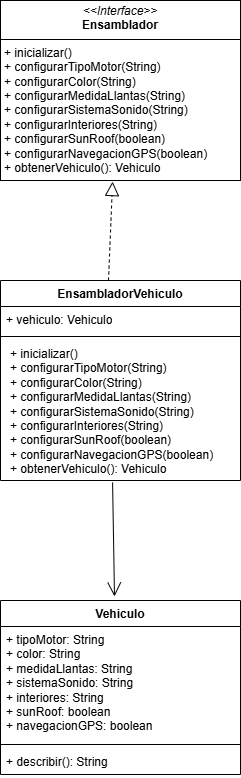
The draw.io diagram uml/Escenario1-Builder.png in Juan-MZ/Actividad1-Diplomado-Arquitectura-Software, before a commit. Source tidied: cells renumbered, new cells last; positions are measured from the earlier drawing's top-left corner, leaving out a move shared by most shapes. Its diagram source:
```xml
<mxGraphModel>
  <root>
    <mxCell id="0" />
    <mxCell id="1" parent="0" />
    <mxCell id="2" value="&lt;p style=&quot;margin:0px;margin-top:4px;text-align:center;&quot;&gt;&lt;i&gt;&amp;lt;&amp;lt;Interface&amp;gt;&amp;gt;&lt;/i&gt;&lt;br&gt;&lt;b&gt;Ensamblador&lt;/b&gt;&lt;/p&gt;&lt;hr size=&quot;1&quot; style=&quot;border-style:solid;&quot;&gt;&lt;p style=&quot;margin:0px;margin-left:4px;&quot;&gt;&lt;/p&gt;&lt;p style=&quot;margin:0px;margin-left:4px;&quot;&gt;+ inicializar()&lt;br&gt;+ configurarTipoMotor(String)&lt;/p&gt;&lt;p style=&quot;margin:0px;margin-left:4px;&quot;&gt;+ configurarColor(String)&lt;/p&gt;&lt;p style=&quot;margin:0px;margin-left:4px;&quot;&gt;+ configurarMedidaLlantas(String)&lt;/p&gt;&lt;p style=&quot;margin:0px;margin-left:4px;&quot;&gt;+ configurarSistemaSonido(String)&lt;/p&gt;&lt;p style=&quot;margin:0px;margin-left:4px;&quot;&gt;+ configurarInteriores(String)&lt;/p&gt;&lt;p style=&quot;margin:0px;margin-left:4px;&quot;&gt;+ configurarSunRoof(boolean)&lt;/p&gt;&lt;p style=&quot;margin:0px;margin-left:4px;&quot;&gt;+ configurarNavegacionGPS(boolean)&lt;/p&gt;&lt;p style=&quot;margin:0px;margin-left:4px;&quot;&gt;+ obtenerVehiculo():&amp;nbsp;&lt;span style=&quot;background-color: transparent; color: light-dark(rgb(0, 0, 0), rgb(255, 255, 255));&quot;&gt;Vehiculo&lt;/span&gt;&lt;/p&gt;" style="verticalAlign=top;align=left;overflow=fill;html=1;whiteSpace=wrap;" parent="1" vertex="1">
      <mxGeometry width="240" height="180" as="geometry" />
    </mxCell>
    <mxCell id="3" value="EnsambladorVehiculo" style="swimlane;fontStyle=1;align=center;verticalAlign=top;horizontal=1;startSize=26;whiteSpace=wrap;html=1;" parent="1" vertex="1">
      <mxGeometry y="280" width="240" height="200" as="geometry" />
    </mxCell>
    <mxCell id="4" value="+ vehiculo: Vehiculo" style="text;strokeColor=none;fillColor=none;align=left;verticalAlign=top;spacingLeft=4;spacingRight=4;overflow=hidden;whiteSpace=wrap;html=1;" parent="3" vertex="1">
      <mxGeometry y="26" width="240" height="26" as="geometry" />
    </mxCell>
    <mxCell id="5" style="line;strokeWidth=1;fillColor=none;align=left;verticalAlign=middle;spacingTop=-1;spacingLeft=3;spacingRight=3;labelPosition=right;strokeColor=inherit;" parent="3" vertex="1">
      <mxGeometry y="52" width="240" height="8" as="geometry" />
    </mxCell>
    <mxCell id="6" value="&lt;p style=&quot;margin: 0px 0px 0px 4px;&quot;&gt;+ inicializar()&lt;br&gt;+ configurarTipoMotor(String)&lt;/p&gt;&lt;p style=&quot;margin: 0px 0px 0px 4px;&quot;&gt;+ configurarColor(String)&lt;/p&gt;&lt;p style=&quot;margin: 0px 0px 0px 4px;&quot;&gt;+ configurarMedidaLlantas(String)&lt;/p&gt;&lt;p style=&quot;margin: 0px 0px 0px 4px;&quot;&gt;+ configurarSistemaSonido(String)&lt;/p&gt;&lt;p style=&quot;margin: 0px 0px 0px 4px;&quot;&gt;+ configurarInteriores(String)&lt;/p&gt;&lt;p style=&quot;margin: 0px 0px 0px 4px;&quot;&gt;+ configurarSunRoof(boolean)&lt;/p&gt;&lt;p style=&quot;margin: 0px 0px 0px 4px;&quot;&gt;+ configurarNavegacionGPS(boolean)&lt;/p&gt;&lt;p style=&quot;margin: 0px 0px 0px 4px;&quot;&gt;+ obtenerVehiculo():&amp;nbsp;&lt;span style=&quot;background-color: transparent; color: light-dark(rgb(0, 0, 0), rgb(255, 255, 255));&quot;&gt;Vehiculo&lt;/span&gt;&lt;/p&gt;" style="text;strokeColor=none;fillColor=none;align=left;verticalAlign=top;spacingLeft=4;spacingRight=4;overflow=hidden;points=[[0,0.5],[1,0.5]];portConstraint=eastwest;whiteSpace=wrap;html=1;" parent="3" vertex="1">
      <mxGeometry y="60" width="240" height="140" as="geometry" />
    </mxCell>
    <mxCell id="7" value="Vehiculo" style="swimlane;fontStyle=1;align=center;verticalAlign=top;horizontal=1;startSize=26;whiteSpace=wrap;html=1;" parent="1" vertex="1">
      <mxGeometry y="600" width="240" height="174" as="geometry" />
    </mxCell>
    <mxCell id="8" value="+ tipoMotor: String&lt;div&gt;+ color: String&lt;/div&gt;&lt;div&gt;+ medidaLlantas: String&lt;/div&gt;&lt;div&gt;+ sistemaSonido: String&lt;/div&gt;&lt;div&gt;+ interiores: String&lt;/div&gt;&lt;div&gt;+ sunRoof: boolean&lt;/div&gt;&lt;div&gt;+ navegacionGPS: boolean&lt;/div&gt;" style="text;strokeColor=none;fillColor=none;align=left;verticalAlign=top;spacingLeft=4;spacingRight=4;overflow=hidden;whiteSpace=wrap;html=1;" parent="7" vertex="1">
      <mxGeometry y="26" width="240" height="114" as="geometry" />
    </mxCell>
    <mxCell id="9" style="line;strokeWidth=1;fillColor=none;align=left;verticalAlign=middle;spacingTop=-1;spacingLeft=3;spacingRight=3;labelPosition=right;strokeColor=inherit;" parent="7" vertex="1">
      <mxGeometry y="140" width="240" height="8" as="geometry" />
    </mxCell>
    <mxCell id="10" value="+ describir(): String" style="text;strokeColor=none;fillColor=none;align=left;verticalAlign=top;spacingLeft=4;spacingRight=4;overflow=hidden;whiteSpace=wrap;html=1;" parent="7" vertex="1">
      <mxGeometry y="148" width="240" height="26" as="geometry" />
    </mxCell>
    <mxCell id="11" style="endArrow=block;dashed=1;endFill=0;endSize=12;html=1;rounded=0;entryX=0.467;entryY=1.006;entryDx=0;entryDy=0;entryPerimeter=0;exitX=0.45;exitY=0;exitDx=0;exitDy=0;exitPerimeter=0;" parent="1" edge="1" source="3" target="2">
      <mxGeometry relative="1" as="geometry" />
    </mxCell>
    <mxCell id="12" style="endArrow=open;endFill=1;endSize=12;html=1;rounded=0;exitX=0.467;exitY=1.014;exitDx=0;exitDy=0;exitPerimeter=0;entryX=0.475;entryY=-0.023;entryDx=0;entryDy=0;entryPerimeter=0;" parent="1" edge="1" source="6" target="7">
      <mxGeometry relative="1" as="geometry" />
    </mxCell>
  </root>
</mxGraphModel>
```
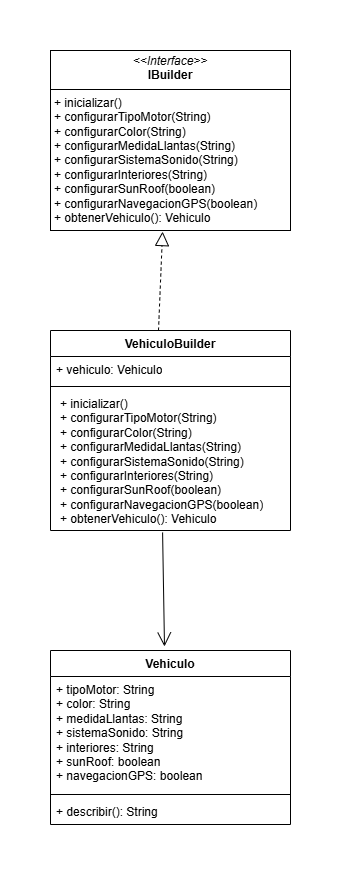
After the change.

Diff of the diagram source:
```diff
@@ -2,10 +2,10 @@
   <root>
     <mxCell id="0" />
     <mxCell id="1" parent="0" />
-    <mxCell id="2" value="&lt;p style=&quot;margin:0px;margin-top:4px;text-align:center;&quot;&gt;&lt;i&gt;&amp;lt;&amp;lt;Interface&amp;gt;&amp;gt;&lt;/i&gt;&lt;br&gt;&lt;b&gt;Ensamblador&lt;/b&gt;&lt;/p&gt;&lt;hr size=&quot;1&quot; style=&quot;border-style:solid;&quot;&gt;&lt;p style=&quot;margin:0px;margin-left:4px;&quot;&gt;&lt;/p&gt;&lt;p style=&quot;margin:0px;margin-left:4px;&quot;&gt;+ inicializar()&lt;br&gt;+ configurarTipoMotor(String)&lt;/p&gt;&lt;p style=&quot;margin:0px;margin-left:4px;&quot;&gt;+ configurarColor(String)&lt;/p&gt;&lt;p style=&quot;margin:0px;margin-left:4px;&quot;&gt;+ configurarMedidaLlantas(String)&lt;/p&gt;&lt;p style=&quot;margin:0px;margin-left:4px;&quot;&gt;+ configurarSistemaSonido(String)&lt;/p&gt;&lt;p style=&quot;margin:0px;margin-left:4px;&quot;&gt;+ configurarInteriores(String)&lt;/p&gt;&lt;p style=&quot;margin:0px;margin-left:4px;&quot;&gt;+ configurarSunRoof(boolean)&lt;/p&gt;&lt;p style=&quot;margin:0px;margin-left:4px;&quot;&gt;+ configurarNavegacionGPS(boolean)&lt;/p&gt;&lt;p style=&quot;margin:0px;margin-left:4px;&quot;&gt;+ obtenerVehiculo():&amp;nbsp;&lt;span style=&quot;background-color: transparent; color: light-dark(rgb(0, 0, 0), rgb(255, 255, 255));&quot;&gt;Vehiculo&lt;/span&gt;&lt;/p&gt;" style="verticalAlign=top;align=left;overflow=fill;html=1;whiteSpace=wrap;" parent="1" vertex="1">
+    <mxCell id="2" value="&lt;p style=&quot;margin:0px;margin-top:4px;text-align:center;&quot;&gt;&lt;i&gt;&amp;lt;&amp;lt;Interface&amp;gt;&amp;gt;&lt;/i&gt;&lt;br&gt;&lt;b&gt;IBuilder&lt;/b&gt;&lt;/p&gt;&lt;hr size=&quot;1&quot; style=&quot;border-style:solid;&quot;&gt;&lt;p style=&quot;margin:0px;margin-left:4px;&quot;&gt;&lt;/p&gt;&lt;p style=&quot;margin:0px;margin-left:4px;&quot;&gt;+ inicializar()&lt;br&gt;+ configurarTipoMotor(String)&lt;/p&gt;&lt;p style=&quot;margin:0px;margin-left:4px;&quot;&gt;+ configurarColor(String)&lt;/p&gt;&lt;p style=&quot;margin:0px;margin-left:4px;&quot;&gt;+ configurarMedidaLlantas(String)&lt;/p&gt;&lt;p style=&quot;margin:0px;margin-left:4px;&quot;&gt;+ configurarSistemaSonido(String)&lt;/p&gt;&lt;p style=&quot;margin:0px;margin-left:4px;&quot;&gt;+ configurarInteriores(String)&lt;/p&gt;&lt;p style=&quot;margin:0px;margin-left:4px;&quot;&gt;+ configurarSunRoof(boolean)&lt;/p&gt;&lt;p style=&quot;margin:0px;margin-left:4px;&quot;&gt;+ configurarNavegacionGPS(boolean)&lt;/p&gt;&lt;p style=&quot;margin:0px;margin-left:4px;&quot;&gt;+ obtenerVehiculo():&amp;nbsp;&lt;span style=&quot;background-color: transparent; color: light-dark(rgb(0, 0, 0), rgb(255, 255, 255));&quot;&gt;Vehiculo&lt;/span&gt;&lt;/p&gt;" style="verticalAlign=top;align=left;overflow=fill;html=1;whiteSpace=wrap;" parent="1" vertex="1">
       <mxGeometry width="240" height="180" as="geometry" />
     </mxCell>
-    <mxCell id="3" value="EnsambladorVehiculo" style="swimlane;fontStyle=1;align=center;verticalAlign=top;horizontal=1;startSize=26;whiteSpace=wrap;html=1;" parent="1" vertex="1">
+    <mxCell id="3" value="VehiculoBuilder" style="swimlane;fontStyle=1;align=center;verticalAlign=top;horizontal=1;startSize=26;whiteSpace=wrap;html=1;" parent="1" vertex="1">
       <mxGeometry y="280" width="240" height="200" as="geometry" />
     </mxCell>
     <mxCell id="4" value="+ vehiculo: Vehiculo" style="text;strokeColor=none;fillColor=none;align=left;verticalAlign=top;spacingLeft=4;spacingRight=4;overflow=hidden;whiteSpace=wrap;html=1;" parent="3" vertex="1">
```
